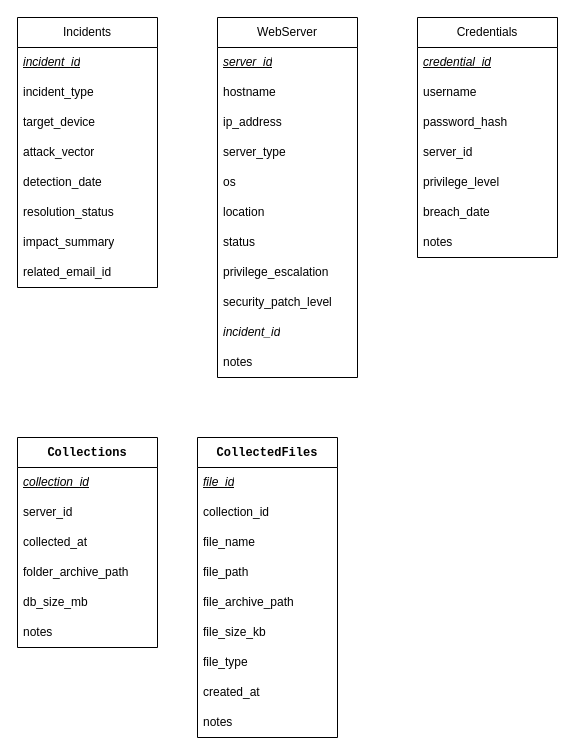
This is Python/DB-DoAn.drawio from TranKuBao/Try_hard_Code, a draw.io file, before an edit. Source tidied: cells renumbered, new cells numbered last; positions are measured from the earlier drawing's top-left corner, leaving out a move shared by most shapes. Both pictures are drawn from the tidied source at 100%, with x=0, y=0 at pixel (17, 17).
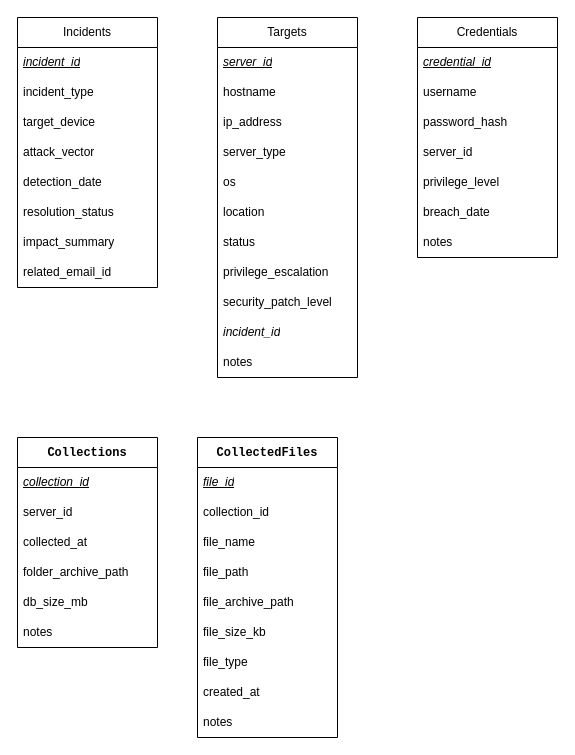
The same diagram, later.

Diff of the diagram source:
```diff
@@
-    <mxCell id="2" value="WebServer" style="swimlane;fontStyle=0;horizontal=1;startSize=30;whiteSpace=wrap;html=1;" parent="1" vertex="1">
+    <mxCell id="2" value="Targets" style="swimlane;fontStyle=0;horizontal=1;startSize=30;whiteSpace=wrap;html=1;" parent="1" vertex="1">
       <mxGeometry x="200" width="140" height="360" as="geometry" />
     </mxCell>
```
